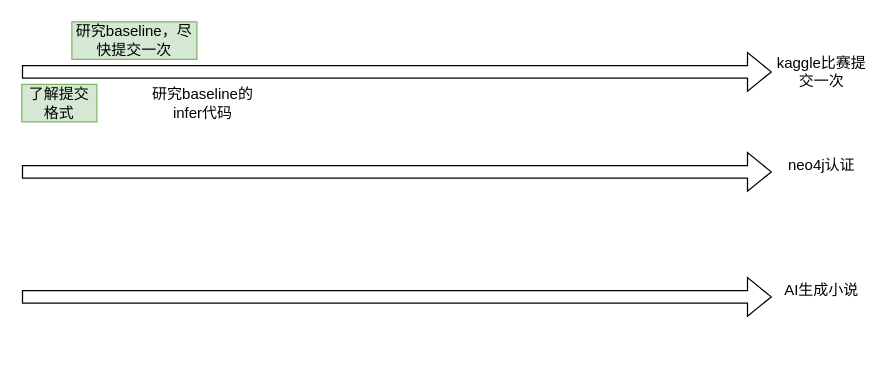
This is main_task.drawio from mayi140611/document_knowledge_management, a draw.io file, before an edit. Source tidied: cells renumbered, new cells numbered last; positions are measured from the earlier drawing's top-left corner, leaving out a move shared by most shapes. Both pictures are drawn from the tidied source at 125%, with x=0, y=0 at pixel (21, 21).
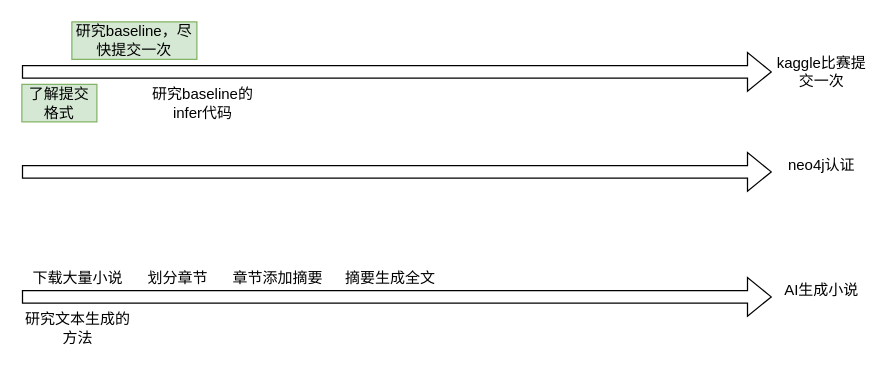
After the change.

Change to the diagram source:
```diff
@@
 <mxGraphModel>
   <root>
     <mxCell id="0" />
     <mxCell id="1" parent="0" />
     <mxCell id="2" style="shape=flexArrow;endArrow=classic;html=1;rounded=0;" parent="1" edge="1" target="3">
       <mxGeometry relative="1" as="geometry">
         <mxPoint y="40" as="sourcePoint" />
       </mxGeometry>
     </mxCell>
     <mxCell id="3" value="kaggle比赛提交一次" style="text;html=1;strokeColor=none;fillColor=none;align=center;verticalAlign=middle;whiteSpace=wrap;rounded=0;" parent="1" vertex="1">
       <mxGeometry x="600" y="25" width="80" height="30" as="geometry" />
     </mxCell>
     <mxCell id="4" value="了解提交格式" style="text;html=1;strokeColor=#82b366;fillColor=#d5e8d4;align=center;verticalAlign=middle;whiteSpace=wrap;rounded=0;" parent="1" vertex="1">
       <mxGeometry y="50" width="60" height="30" as="geometry" />
     </mxCell>
     <mxCell id="5" value="研究baseline，尽快提交一次" style="text;html=1;strokeColor=#82b366;fillColor=#d5e8d4;align=center;verticalAlign=middle;whiteSpace=wrap;rounded=0;shadow=0;" parent="1" vertex="1">
       <mxGeometry x="40" width="100" height="30" as="geometry" />
     </mxCell>
     <mxCell id="6" value="研究baseline的infer代码" style="text;html=1;strokeColor=none;fillColor=none;align=center;verticalAlign=middle;whiteSpace=wrap;rounded=0;" parent="1" vertex="1">
       <mxGeometry x="100" y="50" width="90" height="30" as="geometry" />
     </mxCell>
     <mxCell id="7" style="shape=flexArrow;endArrow=classic;html=1;rounded=0;" parent="1" edge="1">
       <mxGeometry relative="1" as="geometry">
         <mxPoint y="120" as="sourcePoint" />
         <mxPoint x="600" y="120" as="targetPoint" />
       </mxGeometry>
     </mxCell>
     <mxCell id="8" value="neo4j认证" style="text;html=1;strokeColor=none;fillColor=none;align=center;verticalAlign=middle;whiteSpace=wrap;rounded=0;" parent="1" vertex="1">
       <mxGeometry x="600" y="100" width="80" height="30" as="geometry" />
     </mxCell>
     <mxCell id="9" style="shape=flexArrow;endArrow=classic;html=1;rounded=0;" parent="1" edge="1">
       <mxGeometry relative="1" as="geometry">
         <mxPoint y="220" as="sourcePoint" />
         <mxPoint x="600" y="220" as="targetPoint" />
       </mxGeometry>
     </mxCell>
     <mxCell id="10" value="AI生成小说" style="text;html=1;strokeColor=none;fillColor=none;align=center;verticalAlign=middle;whiteSpace=wrap;rounded=0;" parent="1" vertex="1">
       <mxGeometry x="600" y="200" width="80" height="30" as="geometry" />
     </mxCell>
+    <mxCell id="11" value="下载大量小说" style="text;html=1;strokeColor=none;fillColor=none;align=center;verticalAlign=middle;whiteSpace=wrap;rounded=0;" parent="1" vertex="1">
+      <mxGeometry y="190" width="90" height="30" as="geometry" />
+    </mxCell>
+    <mxCell id="12" value="研究文本生成的方法" style="text;html=1;strokeColor=none;fillColor=none;align=center;verticalAlign=middle;whiteSpace=wrap;rounded=0;" parent="1" vertex="1">
+      <mxGeometry y="230" width="90" height="30" as="geometry" />
+    </mxCell>
+    <mxCell id="13" value="划分章节" style="text;html=1;strokeColor=none;fillColor=none;align=center;verticalAlign=middle;whiteSpace=wrap;rounded=0;" parent="1" vertex="1">
+      <mxGeometry x="80" y="190" width="90" height="30" as="geometry" />
+    </mxCell>
+    <mxCell id="14" value="章节添加摘要" style="text;html=1;strokeColor=none;fillColor=none;align=center;verticalAlign=middle;whiteSpace=wrap;rounded=0;" parent="1" vertex="1">
+      <mxGeometry x="160" y="190" width="90" height="30" as="geometry" />
+    </mxCell>
+    <mxCell id="15" value="摘要生成全文" style="text;html=1;strokeColor=none;fillColor=none;align=center;verticalAlign=middle;whiteSpace=wrap;rounded=0;" parent="1" vertex="1">
+      <mxGeometry x="250" y="190" width="90" height="30" as="geometry" />
+    </mxCell>
   </root>
 </mxGraphModel>
```
